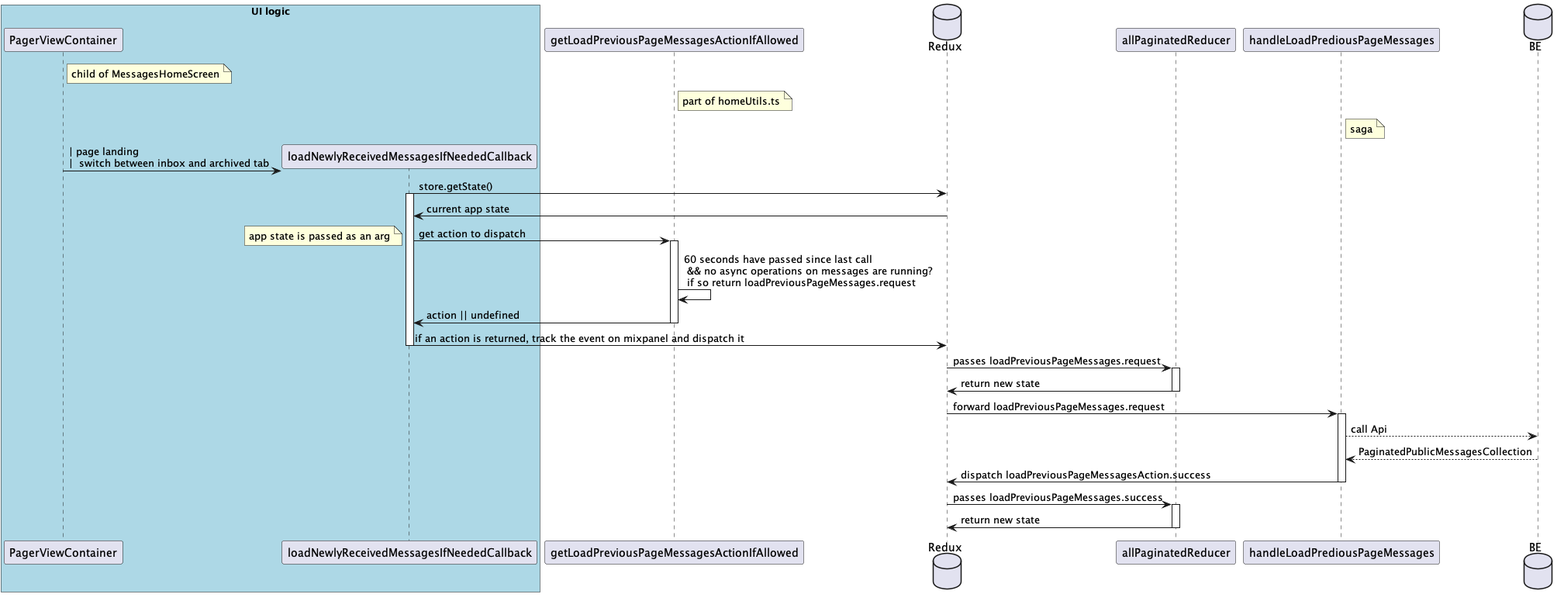
Before: docs/io-app/messages-autorefresh.png, a diagram exported from PlantUML (pagopa/io-messages).
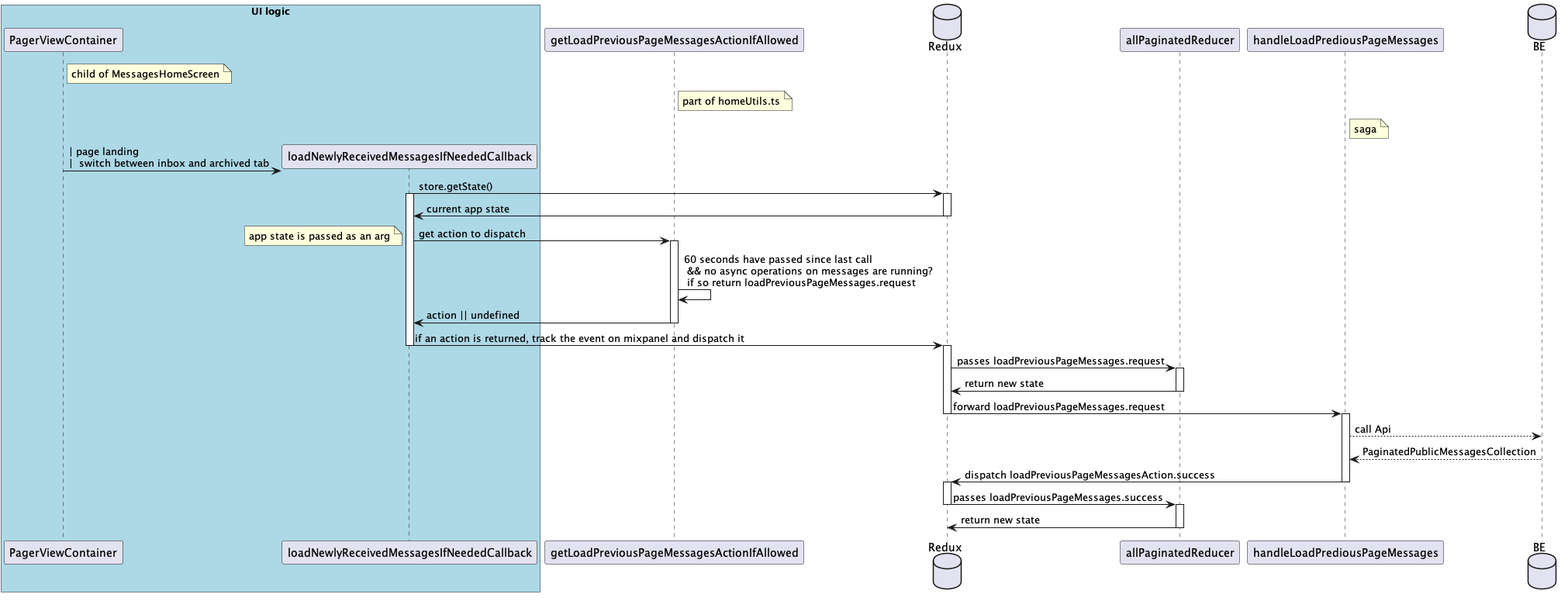
Later version of the same file.

Commit message:
updates following GH comment

The edit, as a diff of the source:
```diff
@@ -22,7 +22,9 @@
 PagerViewContainer -> loadNewlyReceivedMessagesIfNeededCallback  :| page landing \n|  switch between inbox and archived tab
 loadNewlyReceivedMessagesIfNeededCallback->Redux  : store.getState()
 activate loadNewlyReceivedMessagesIfNeededCallback
+activate Redux
     Redux->loadNewlyReceivedMessagesIfNeededCallback: current app state
+deactivate Redux
     loadNewlyReceivedMessagesIfNeededCallback -> getLoadPreviousPageMessagesActionIfAllowed ++ : get action to dispatch
     note left: app state is passed as an arg
     getLoadPreviousPageMessagesActionIfAllowed->getLoadPreviousPageMessagesActionIfAllowed: 60 seconds have passed since last call \n && no async operations on messages are running?  \n if so return loadPreviousPageMessages.request
@@ -30,12 +32,19 @@
     loadNewlyReceivedMessagesIfNeededCallback -> Redux : if an action is returned, track the event on mixpanel and dispatch it
 deactivate loadNewlyReceivedMessagesIfNeededCallback
 
+activate Redux
 Redux->allPaginatedReducer ++ : passes loadPreviousPageMessages.request
 allPaginatedReducer->Redux -- : return new state
-Redux->handleLoadPrediousPageMessages ++ : forward loadPreviousPageMessages.request
+Redux->handleLoadPrediousPageMessages : forward loadPreviousPageMessages.request
+deactivate Redux
+
+activate handleLoadPrediousPageMessages
 handleLoadPrediousPageMessages-->BE : call Api
 BE-->handleLoadPrediousPageMessages: PaginatedPublicMessagesCollection
 handleLoadPrediousPageMessages->Redux --: dispatch loadPreviousPageMessagesAction.success
-Redux->allPaginatedReducer ++ : passes loadPreviousPageMessages.success
+activate Redux
+Redux->allPaginatedReducer  : passes loadPreviousPageMessages.success
+deactivate Redux
+activate allPaginatedReducer
 allPaginatedReducer->Redux -- : return new state
 @enduml
```
